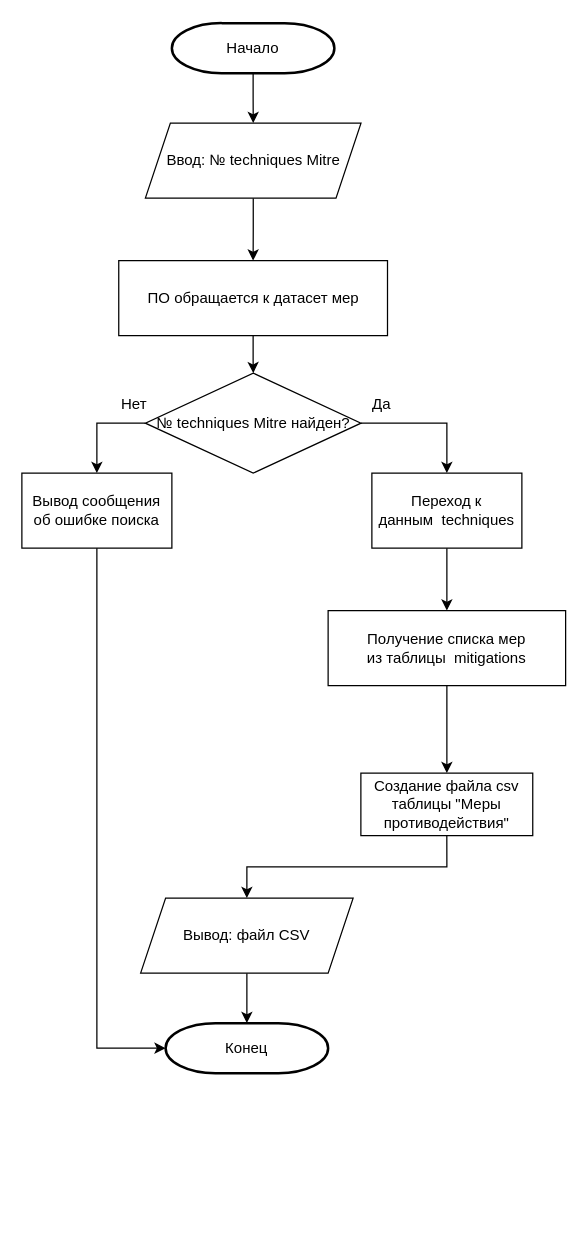
This is Algorithm_OPZ/(2. ЧП) 2. Алгоритм Генерация мер противодействия.drawio from SmirnovBogdan8/Diplom, a draw.io file, before an edit. Source tidied: cells renumbered, new cells numbered last; positions are measured from the earlier drawing's top-left corner, leaving out a move shared by most shapes. Both pictures are drawn from the tidied source at 125%, with x=0, y=0 at pixel (21, 22).
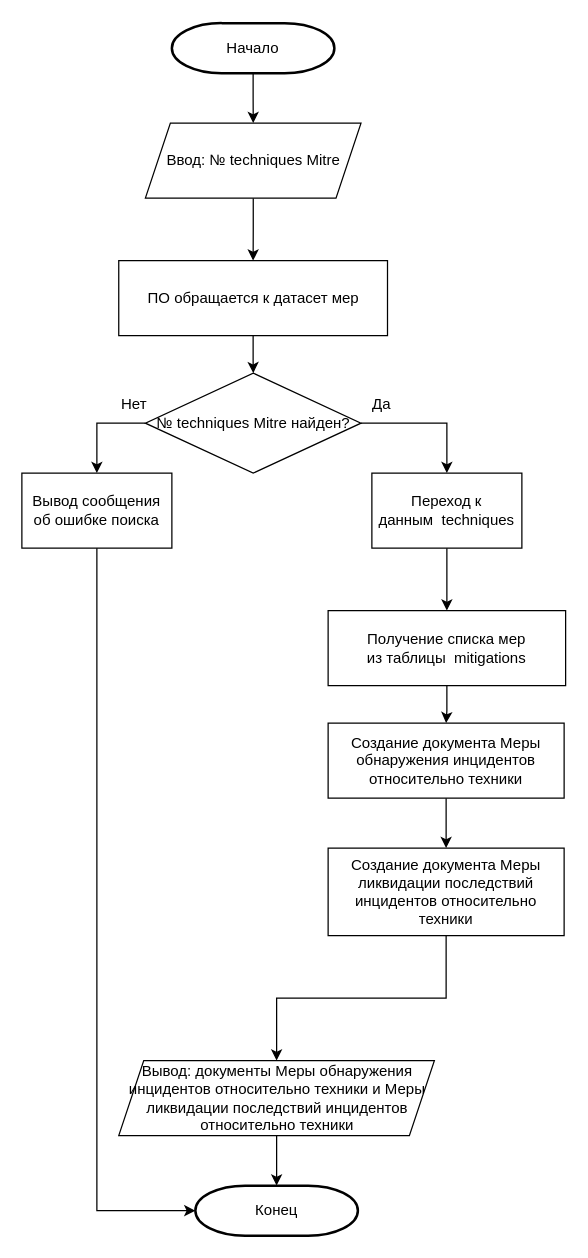
The same page after the edit.

Change to the diagram source:
```diff
@@
     <mxCell id="4" value="Конец" style="strokeWidth=2;html=1;shape=mxgraph.flowchart.terminator;whiteSpace=wrap;" parent="1" vertex="1">
-      <mxGeometry x="115" y="800" width="130" height="40" as="geometry" />
+      <mxGeometry x="138.8" y="930" width="130" height="40" as="geometry" />
     </mxCell>
@@
-    <mxCell id="20" style="edgeStyle=orthogonalEdgeStyle;rounded=0;jettySize=auto;html=1;exitX=0.5;exitY=1;exitDx=0;exitDy=0;entryX=0.5;entryY=0;entryDx=0;entryDy=0;" parent="1" edge="1" source="21" target="23">
-      <mxGeometry relative="1" as="geometry" />
-    </mxCell>
+    <mxCell id="24" style="edgeStyle=orthogonalEdgeStyle;rounded=0;jettySize=auto;html=1;" parent="1" edge="1" source="21" target="26">
+      <mxGeometry relative="1" as="geometry" />
+    </mxCell>
-    <mxCell id="21" value="Создание файла csv таблицы &quot;Меры противодействия&quot;" style="rounded=0;whiteSpace=wrap;html=1;" parent="1" vertex="1">
-      <mxGeometry x="271.2" y="600" width="137.5" height="50" as="geometry" />
+    <mxCell id="21" value="Создание документа Меры обнаружения инцидентов относительно техники" style="rounded=0;whiteSpace=wrap;html=1;" parent="1" vertex="1">
+      <mxGeometry x="245" y="560" width="188.8" height="60" as="geometry" />
     </mxCell>
@@
-    <mxCell id="23" value="Вывод: файл CSV" style="shape=parallelogram;perimeter=parallelogramPerimeter;whiteSpace=wrap;html=1;fixedSize=1;" parent="1" vertex="1">
-      <mxGeometry x="95" y="700" width="170" height="60" as="geometry" />
+    <mxCell id="23" value="Вывод: документы Меры обнаружения инцидентов относительно техники и Меры ликвидации последствий инцидентов относительно техники" style="shape=parallelogram;perimeter=parallelogramPerimeter;whiteSpace=wrap;html=1;fixedSize=1;" parent="1" vertex="1">
+      <mxGeometry x="77.5" y="830" width="252.5" height="60" as="geometry" />
     </mxCell>
+    <mxCell id="25" style="edgeStyle=orthogonalEdgeStyle;rounded=0;jettySize=auto;html=1;" parent="1" edge="1" source="26" target="23">
+      <mxGeometry relative="1" as="geometry" />
+    </mxCell>
+    <mxCell id="26" value="Создание документа Меры ликвидации последствий инцидентов относительно техники" style="rounded=0;whiteSpace=wrap;html=1;" parent="1" vertex="1">
+      <mxGeometry x="245" y="660" width="188.8" height="70" as="geometry" />
+    </mxCell>
```
